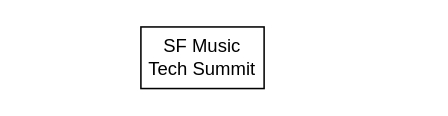
The draw.io diagram dates.drawio in SilvesterYu/FinQA_Vis, before the edit. Source tidied: cells renumbered, new cells numbered last; positions are measured from the earlier drawing's top-left corner, leaving out a move shared by most shapes. Both pictures are drawn from the tidied source at 154%, with x=0, y=0 at pixel (140, 26).
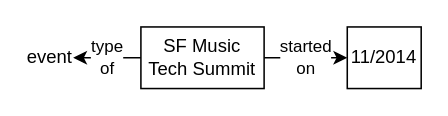
Above is the later version.

The edit, as a diff of the source:
```diff
@@
 <mxGraphModel>
   <root>
     <mxCell id="0" />
     <mxCell id="1" parent="0" />
+    <mxCell id="3" value="type&lt;br&gt;of" style="edgeStyle=orthogonalEdgeStyle;rounded=0;jettySize=auto;html=1;exitX=0;exitY=0.5;exitDx=0;exitDy=0;" parent="1" edge="1" source="2" target="5">
+      <mxGeometry relative="1" as="geometry" />
+    </mxCell>
+    <mxCell id="4" value="started&lt;br&gt;on" style="edgeStyle=orthogonalEdgeStyle;rounded=0;jettySize=auto;html=1;exitX=1;exitY=0.5;exitDx=0;exitDy=0;entryX=0;entryY=0.5;entryDx=0;entryDy=0;" parent="1" edge="1" source="2" target="6">
+      <mxGeometry relative="1" as="geometry" />
+    </mxCell>
     <mxCell id="2" value="SF Music Tech Summit" style="rounded=0;whiteSpace=wrap;html=1;" parent="1" vertex="1">
       <mxGeometry width="80" height="40" as="geometry" />
     </mxCell>
+    <mxCell id="5" value="event" style="text;html=1;strokeColor=none;fillColor=none;align=center;verticalAlign=middle;whiteSpace=wrap;rounded=0;" parent="1" vertex="1">
+      <mxGeometry x="-74" y="5" width="30" height="30" as="geometry" />
+    </mxCell>
+    <mxCell id="6" value="11/2014" style="rounded=0;whiteSpace=wrap;html=1;" parent="1" vertex="1">
+      <mxGeometry x="134" width="48" height="40" as="geometry" />
+    </mxCell>
   </root>
 </mxGraphModel>
```
